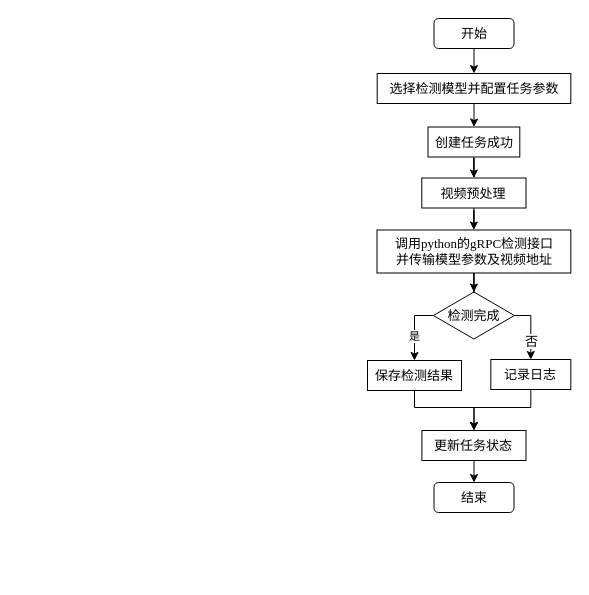
Before: DrawIO_file/流程图/目标检测模块流程图.drawio in DingDongZz/typera_PicGO, a draw.io diagram. Source tidied: cells renumbered, new cells numbered last; positions are measured from the earlier drawing's top-left corner, leaving out a move shared by most shapes. Both pictures are drawn from the tidied source at 100%, with x=0, y=0 at pixel (367, 18).
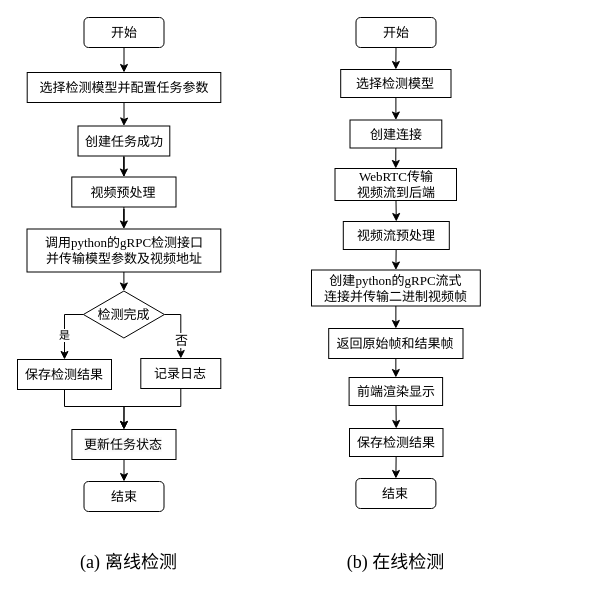
The same diagram, later.

Commit message (it also covers changes not shown here):
更新目标检测模块流程图.drawio

Change to the diagram source:
```diff
@@
+    <mxCell id="24" style="group;" parent="1" vertex="1">
+      <mxGeometry x="-350" y="-1" width="203.3" height="494" as="geometry" />
+    </mxCell>
-    <mxCell id="2" style="rounded=0;jettySize=auto;html=1;entryX=0.5;entryY=0;entryDx=0;entryDy=0;fontFamily=宋体;exitX=0.5;exitY=1;exitDx=0;exitDy=0;" parent="1" edge="1" source="16" target="15">
+    <mxCell id="2" style="rounded=0;jettySize=auto;html=1;entryX=0.5;entryY=0;entryDx=0;entryDy=0;fontFamily=宋体;exitX=0.5;exitY=1;exitDx=0;exitDy=0;" parent="24" edge="1" source="16" target="15">
       <mxGeometry relative="1" as="geometry" />
     </mxCell>
-    <mxCell id="3" style="edgeStyle=orthogonalEdgeStyle;rounded=0;jettySize=auto;html=1;entryX=0.5;entryY=0;entryDx=0;entryDy=0;fontFamily=宋体;" parent="1" edge="1" source="4" target="6">
+    <mxCell id="3" style="edgeStyle=orthogonalEdgeStyle;rounded=0;jettySize=auto;html=1;entryX=0.5;entryY=0;entryDx=0;entryDy=0;fontFamily=宋体;" parent="24" edge="1" source="4" target="6">
       <mxGeometry relative="1" as="geometry" />
     </mxCell>
-    <mxCell id="4" value="创建任务成功" style="rounded=0;whiteSpace=wrap;html=1;fontFamily=宋体;fontSize=13;" parent="1" vertex="1">
+    <mxCell id="4" value="创建任务成功" style="rounded=0;whiteSpace=wrap;html=1;fontFamily=宋体;fontSize=13;" parent="24" vertex="1">
       <mxGeometry x="60.5" y="108.5" width="91.8" height="30" as="geometry" />
     </mxCell>
-    <mxCell id="5" style="edgeStyle=orthogonalEdgeStyle;rounded=0;jettySize=auto;html=1;entryX=0.5;entryY=0;entryDx=0;entryDy=0;fontFamily=宋体;" parent="1" edge="1" source="6" target="18">
+    <mxCell id="5" style="edgeStyle=orthogonalEdgeStyle;rounded=0;jettySize=auto;html=1;entryX=0.5;entryY=0;entryDx=0;entryDy=0;fontFamily=宋体;" parent="24" edge="1" source="6" target="18">
       <mxGeometry relative="1" as="geometry" />
     </mxCell>
-    <mxCell id="6" value="视频预处理" style="rounded=0;whiteSpace=wrap;html=1;fontFamily=宋体;fontSize=13;" parent="1" vertex="1">
+    <mxCell id="6" value="视频预处理" style="rounded=0;whiteSpace=wrap;html=1;fontFamily=宋体;fontSize=13;" parent="24" vertex="1">
       <mxGeometry x="54.3" y="159.5" width="104.2" height="30" as="geometry" />
     </mxCell>
-    <mxCell id="7" style="edgeStyle=orthogonalEdgeStyle;rounded=0;jettySize=auto;html=1;entryX=0.5;entryY=0;entryDx=0;entryDy=0;fontFamily=宋体;" parent="1" edge="1" source="10" target="20">
+    <mxCell id="7" style="edgeStyle=orthogonalEdgeStyle;rounded=0;jettySize=auto;html=1;entryX=0.5;entryY=0;entryDx=0;entryDy=0;fontFamily=宋体;" parent="24" edge="1" source="10" target="20">
       <mxGeometry relative="1" as="geometry">
         <Array as="points">
           <mxPoint x="163" y="297" />
         </Array>
       </mxGeometry>
     </mxCell>
-    <mxCell id="8" style="edgeStyle=orthogonalEdgeStyle;rounded=0;jettySize=auto;html=1;entryX=0.5;entryY=0;entryDx=0;entryDy=0;fontFamily=宋体;" parent="1" edge="1" source="10" target="12">
+    <mxCell id="8" style="edgeStyle=orthogonalEdgeStyle;rounded=0;jettySize=auto;html=1;entryX=0.5;entryY=0;entryDx=0;entryDy=0;fontFamily=宋体;" parent="24" edge="1" source="10" target="12">
       <mxGeometry relative="1" as="geometry">
         <Array as="points">
           <mxPoint x="47" y="297" />
         </Array>
       </mxGeometry>
     </mxCell>
@@
-    <mxCell id="10" value="检测完成" style="rhombus;whiteSpace=wrap;html=1;fontFamily=宋体;fontSize=13;" parent="1" vertex="1">
+    <mxCell id="10" value="检测完成" style="rhombus;whiteSpace=wrap;html=1;fontFamily=宋体;fontSize=13;" parent="24" vertex="1">
       <mxGeometry x="65.9" y="273.5" width="81" height="47" as="geometry" />
     </mxCell>
-    <mxCell id="11" style="edgeStyle=orthogonalEdgeStyle;rounded=0;jettySize=auto;html=1;entryX=0.5;entryY=0;entryDx=0;entryDy=0;fontFamily=宋体;" parent="1" edge="1" source="12" target="23">
+    <mxCell id="11" style="edgeStyle=orthogonalEdgeStyle;rounded=0;jettySize=auto;html=1;entryX=0.5;entryY=0;entryDx=0;entryDy=0;fontFamily=宋体;" parent="24" edge="1" source="12" target="23">
       <mxGeometry relative="1" as="geometry">
         <Array as="points">
           <mxPoint x="47" y="389" />
           <mxPoint x="107" y="389" />
         </Array>
       </mxGeometry>
     </mxCell>
-    <mxCell id="12" value="保存检测结果" style="rounded=0;whiteSpace=wrap;html=1;fontFamily=宋体;fontSize=13;" parent="1" vertex="1">
+    <mxCell id="12" value="保存检测结果" style="rounded=0;whiteSpace=wrap;html=1;fontFamily=宋体;fontSize=13;" parent="24" vertex="1">
       <mxGeometry y="342" width="94" height="30" as="geometry" />
     </mxCell>
-    <mxCell id="13" value="结束" style="rounded=1;whiteSpace=wrap;html=1;fontFamily=宋体;fontSize=13;" parent="1" vertex="1">
+    <mxCell id="13" value="结束" style="rounded=1;whiteSpace=wrap;html=1;fontFamily=宋体;fontSize=13;" parent="24" vertex="1">
       <mxGeometry x="66.5" y="464" width="80" height="30" as="geometry" />
     </mxCell>
-    <mxCell id="14" style="edgeStyle=orthogonalEdgeStyle;rounded=0;jettySize=auto;html=1;entryX=0.5;entryY=0;entryDx=0;entryDy=0;" parent="1" edge="1" source="15" target="4">
+    <mxCell id="14" style="edgeStyle=orthogonalEdgeStyle;rounded=0;jettySize=auto;html=1;entryX=0.5;entryY=0;entryDx=0;entryDy=0;" parent="24" edge="1" source="15" target="4">
       <mxGeometry relative="1" as="geometry" />
     </mxCell>
-    <mxCell id="15" value="选择检测模型并配置任务参数" style="rounded=0;whiteSpace=wrap;html=1;fontFamily=宋体;fontSize=13;" parent="1" vertex="1">
+    <mxCell id="15" value="选择检测模型并配置任务参数" style="rounded=0;whiteSpace=wrap;html=1;fontFamily=宋体;fontSize=13;" parent="24" vertex="1">
       <mxGeometry x="9.7" y="55" width="193.6" height="30" as="geometry" />
     </mxCell>
-    <mxCell id="16" value="开始" style="rounded=1;whiteSpace=wrap;html=1;fontFamily=宋体;fontSize=13;" parent="1" vertex="1">
+    <mxCell id="16" value="开始" style="rounded=1;whiteSpace=wrap;html=1;fontFamily=宋体;fontSize=13;" parent="24" vertex="1">
       <mxGeometry x="66.5" width="80" height="30" as="geometry" />
     </mxCell>
-    <mxCell id="17" style="edgeStyle=orthogonalEdgeStyle;rounded=0;jettySize=auto;html=1;entryX=0.5;entryY=0;entryDx=0;entryDy=0;fontFamily=宋体;" parent="1" edge="1" source="18" target="10">
+    <mxCell id="17" style="rounded=0;jettySize=auto;html=1;entryX=0.5;entryY=0;entryDx=0;entryDy=0;fontFamily=宋体;" parent="24" edge="1" source="18" target="10">
       <mxGeometry relative="1" as="geometry" />
     </mxCell>
-    <mxCell id="18" value="调用&lt;font face=&quot;Times New Roman&quot;&gt;python&lt;/font&gt;的&lt;font face=&quot;Times New Roman&quot;&gt;gRPC&lt;/font&gt;检测接口&lt;div&gt;并传输模型参数及视频地址&lt;/div&gt;" style="rounded=0;whiteSpace=wrap;html=1;fontFamily=宋体;fontSize=13;" parent="1" vertex="1">
+    <mxCell id="18" value="调用&lt;font face=&quot;Times New Roman&quot;&gt;python&lt;/font&gt;的&lt;font face=&quot;Times New Roman&quot;&gt;gRPC&lt;/font&gt;检测接口&lt;div&gt;并传输模型参数及视频地址&lt;/div&gt;" style="rounded=0;whiteSpace=wrap;html=1;fontFamily=宋体;fontSize=13;" parent="24" vertex="1">
       <mxGeometry x="9.5" y="211.5" width="193.8" height="43" as="geometry" />
     </mxCell>
-    <mxCell id="19" style="edgeStyle=orthogonalEdgeStyle;rounded=0;jettySize=auto;html=1;entryX=0.5;entryY=0;entryDx=0;entryDy=0;fontFamily=宋体;" parent="1" edge="1" source="20" target="23">
+    <mxCell id="19" style="edgeStyle=orthogonalEdgeStyle;rounded=0;jettySize=auto;html=1;entryX=0.5;entryY=0;entryDx=0;entryDy=0;fontFamily=宋体;" parent="24" edge="1" source="20" target="23">
       <mxGeometry relative="1" as="geometry">
         <Array as="points">
           <mxPoint x="163" y="389" />
           <mxPoint x="107" y="389" />
         </Array>
       </mxGeometry>
     </mxCell>
-    <mxCell id="20" value="记录日志" style="rounded=0;whiteSpace=wrap;html=1;fontFamily=宋体;fontSize=13;" parent="1" vertex="1">
+    <mxCell id="20" value="记录日志" style="rounded=0;whiteSpace=wrap;html=1;fontFamily=宋体;fontSize=13;" parent="24" vertex="1">
       <mxGeometry x="123.3" y="341" width="80" height="30" as="geometry" />
     </mxCell>
-    <mxCell id="21" value="否" style="edgeLabel;html=1;align=center;verticalAlign=middle;fontFamily=宋体;fontSize=13;" parent="1" vertex="1">
+    <mxCell id="21" value="否" style="edgeLabel;html=1;align=center;verticalAlign=middle;fontFamily=宋体;fontSize=13;" parent="24" vertex="1">
       <mxGeometry x="166.3" y="318" as="geometry">
         <mxPoint x="-3" y="4" as="offset" />
       </mxGeometry>
     </mxCell>
-    <mxCell id="22" style="edgeStyle=orthogonalEdgeStyle;rounded=0;jettySize=auto;html=1;entryX=0.5;entryY=0;entryDx=0;entryDy=0;fontFamily=宋体;" parent="1" edge="1" source="23" target="13">
+    <mxCell id="22" style="edgeStyle=orthogonalEdgeStyle;rounded=0;jettySize=auto;html=1;entryX=0.5;entryY=0;entryDx=0;entryDy=0;fontFamily=宋体;" parent="24" edge="1" source="23" target="13">
       <mxGeometry relative="1" as="geometry" />
     </mxCell>
-    <mxCell id="23" value="&lt;br&gt;&lt;span style=&quot;color: rgb(0, 0, 0); font-size: 13px; font-style: normal; font-variant-ligatures: normal; font-variant-caps: normal; font-weight: 400; letter-spacing: normal; orphans: 2; text-align: center; text-indent: 0px; text-transform: none; widows: 2; word-spacing: 0px; -webkit-text-stroke-width: 0px; white-space: normal; background-color: rgb(251, 251, 251); text-decoration-thickness: initial; text-decoration-style: initial; text-decoration-color: initial; float: none; display: inline !important;&quot;&gt;更新任务状态&lt;/span&gt;&lt;div&gt;&lt;br&gt;&lt;/div&gt;" style="rounded=0;whiteSpace=wrap;html=1;fontFamily=宋体;fontSize=13;" parent="1" vertex="1">
+    <mxCell id="23" value="&lt;br&gt;&lt;span style=&quot;color: rgb(0, 0, 0); font-size: 13px; font-style: normal; font-variant-ligatures: normal; font-variant-caps: normal; font-weight: 400; letter-spacing: normal; orphans: 2; text-align: center; text-indent: 0px; text-transform: none; widows: 2; word-spacing: 0px; -webkit-text-stroke-width: 0px; white-space: normal; background-color: rgb(251, 251, 251); text-decoration-thickness: initial; text-decoration-style: initial; text-decoration-color: initial; float: none; display: inline !important;&quot;&gt;更新任务状态&lt;/span&gt;&lt;div&gt;&lt;br&gt;&lt;/div&gt;" style="rounded=0;whiteSpace=wrap;html=1;fontFamily=宋体;fontSize=13;" parent="24" vertex="1">
       <mxGeometry x="54.4" y="412" width="104.1" height="30" as="geometry" />
     </mxCell>
+    <mxCell id="25" style="group;" parent="1" vertex="1">
+      <mxGeometry x="-56" y="-1" width="168.8" height="491" as="geometry" />
+    </mxCell>
+    <mxCell id="26" style="rounded=0;jettySize=auto;html=1;entryX=0.5;entryY=0;entryDx=0;entryDy=0;fontFamily=宋体;exitX=0.5;exitY=1;exitDx=0;exitDy=0;" parent="25" edge="1" source="34" target="33">
+      <mxGeometry relative="1" as="geometry" />
+    </mxCell>
+    <mxCell id="27" style="rounded=0;jettySize=auto;html=1;entryX=0.5;entryY=0;entryDx=0;entryDy=0;fontFamily=宋体;" parent="25" edge="1" source="28" target="30">
+      <mxGeometry relative="1" as="geometry" />
+    </mxCell>
+    <mxCell id="28" value="创建连接" style="rounded=0;whiteSpace=wrap;html=1;fontFamily=宋体;fontSize=13;" parent="25" vertex="1">
+      <mxGeometry x="38.5" y="102.5" width="91.8" height="28" as="geometry" />
+    </mxCell>
+    <mxCell id="29" style="rounded=0;jettySize=auto;html=1;entryX=0.5;entryY=0;entryDx=0;entryDy=0;fontFamily=宋体;" parent="25" edge="1" source="30" target="38">
+      <mxGeometry relative="1" as="geometry" />
+    </mxCell>
+    <mxCell id="30" value="&lt;font face=&quot;Times New Roman&quot;&gt;WebRTC&lt;/font&gt;传输&lt;div&gt;视频流到后端&lt;/div&gt;" style="rounded=0;whiteSpace=wrap;html=1;fontFamily=宋体;fontSize=13;" parent="25" vertex="1">
+      <mxGeometry x="23.5" y="151" width="121.5" height="32" as="geometry" />
+    </mxCell>
+    <mxCell id="31" value="结束" style="rounded=1;whiteSpace=wrap;html=1;fontFamily=宋体;fontSize=13;" parent="25" vertex="1">
+      <mxGeometry x="44.4" y="461" width="80" height="30" as="geometry" />
+    </mxCell>
+    <mxCell id="32" style="edgeStyle=orthogonalEdgeStyle;rounded=0;jettySize=auto;html=1;entryX=0.5;entryY=0;entryDx=0;entryDy=0;fontFamily=宋体;" parent="25" edge="1" source="33" target="28">
+      <mxGeometry relative="1" as="geometry" />
+    </mxCell>
+    <mxCell id="33" value="选择检测模型" style="rounded=0;whiteSpace=wrap;html=1;fontFamily=宋体;fontSize=13;" parent="25" vertex="1">
+      <mxGeometry x="29.2" y="52" width="110.3" height="28" as="geometry" />
+    </mxCell>
+    <mxCell id="34" value="开始" style="rounded=1;whiteSpace=wrap;html=1;fontFamily=宋体;fontSize=13;" parent="25" vertex="1">
+      <mxGeometry x="44.5" width="80" height="30" as="geometry" />
+    </mxCell>
+    <mxCell id="35" style="rounded=0;jettySize=auto;html=1;entryX=0.5;entryY=0;entryDx=0;entryDy=0;fontFamily=宋体;" parent="25" edge="1" source="36" target="40">
+      <mxGeometry relative="1" as="geometry" />
+    </mxCell>
+    <mxCell id="36" value="创建&lt;font face=&quot;Times New Roman&quot;&gt;python&lt;/font&gt;的&lt;font face=&quot;Times New Roman&quot;&gt;gRPC&lt;/font&gt;流式&lt;div&gt;&lt;span style=&quot;background-color: transparent; color: light-dark(rgb(0, 0, 0), rgb(255, 255, 255));&quot;&gt;连接并传输二进制视频帧&lt;/span&gt;&lt;/div&gt;" style="rounded=0;whiteSpace=wrap;html=1;fontFamily=宋体;fontSize=13;" parent="25" vertex="1">
+      <mxGeometry y="252.5" width="168.8" height="36" as="geometry" />
+    </mxCell>
+    <mxCell id="37" style="rounded=0;jettySize=auto;html=1;entryX=0.5;entryY=0;entryDx=0;entryDy=0;fontFamily=宋体;" parent="25" edge="1" source="38" target="36">
+      <mxGeometry relative="1" as="geometry" />
+    </mxCell>
+    <mxCell id="38" value="视频流预处理" style="rounded=0;whiteSpace=wrap;html=1;fontFamily=宋体;fontSize=13;" parent="25" vertex="1">
+      <mxGeometry x="31.8" y="204" width="106" height="28" as="geometry" />
+    </mxCell>
+    <mxCell id="39" style="rounded=0;jettySize=auto;html=1;entryX=0.5;entryY=0;entryDx=0;entryDy=0;fontFamily=宋体;" parent="25" edge="1" source="40" target="42">
+      <mxGeometry relative="1" as="geometry" />
+    </mxCell>
+    <mxCell id="40" value="返回原始帧和结果帧" style="rounded=0;whiteSpace=wrap;html=1;fontFamily=宋体;fontSize=13;" parent="25" vertex="1">
+      <mxGeometry x="17.2" y="311" width="134.3" height="30" as="geometry" />
+    </mxCell>
+    <mxCell id="41" style="rounded=0;jettySize=auto;html=1;entryX=0.5;entryY=0;entryDx=0;entryDy=0;fontFamily=宋体;" parent="25" edge="1" source="42" target="44">
+      <mxGeometry relative="1" as="geometry" />
+    </mxCell>
+    <mxCell id="42" value="前端渲染显示" style="rounded=0;whiteSpace=wrap;html=1;fontFamily=宋体;fontSize=13;" parent="25" vertex="1">
+      <mxGeometry x="37.6" y="360" width="93.5" height="28" as="geometry" />
+    </mxCell>
+    <mxCell id="43" style="rounded=0;jettySize=auto;html=1;entryX=0.5;entryY=0;entryDx=0;entryDy=0;fontFamily=宋体;" parent="25" edge="1" source="44" target="31">
+      <mxGeometry relative="1" as="geometry" />
+    </mxCell>
+    <mxCell id="44" value="保存检测结果" style="rounded=0;whiteSpace=wrap;html=1;fontFamily=宋体;fontSize=13;" parent="25" vertex="1">
+      <mxGeometry x="38" y="411" width="93.5" height="28" as="geometry" />
+    </mxCell>
+    <mxCell id="45" value="&lt;font face=&quot;Times New Roman&quot;&gt;(a)&lt;/font&gt; &lt;font face=&quot;宋体&quot;&gt;离线检测&lt;/font&gt;" style="text;html=1;align=center;verticalAlign=middle;whiteSpace=wrap;rounded=0;fontFamily=Helvetica;fontSize=18;fontColor=default;labelBackgroundColor=default;" parent="1" vertex="1">
+      <mxGeometry x="-290" y="529" width="103.3" height="30" as="geometry" />
+    </mxCell>
+    <mxCell id="46" value="&lt;font face=&quot;Times New Roman&quot;&gt;(b) &lt;/font&gt;&lt;font face=&quot;宋体&quot;&gt;在线检测&lt;/font&gt;" style="text;html=1;align=center;verticalAlign=middle;whiteSpace=wrap;rounded=0;fontFamily=Helvetica;fontSize=18;fontColor=default;labelBackgroundColor=default;" parent="1" vertex="1">
+      <mxGeometry x="-30.3" y="529" width="117.4" height="30" as="geometry" />
+    </mxCell>
```
